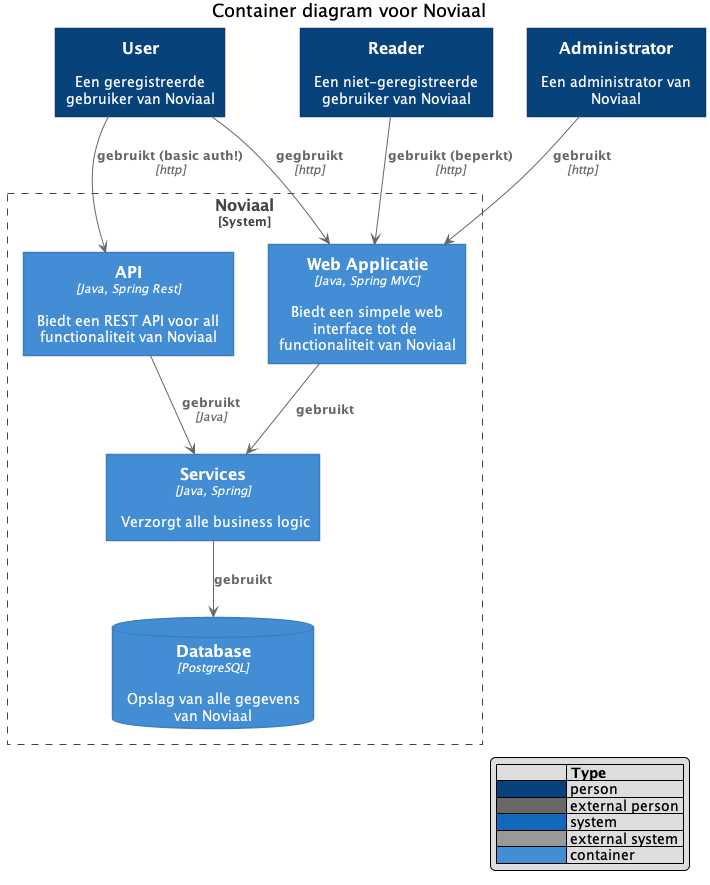
Above: documentatie/FO/c4-container-diagram.png in jvorhauer/noviaal (PlantUML), before the change.
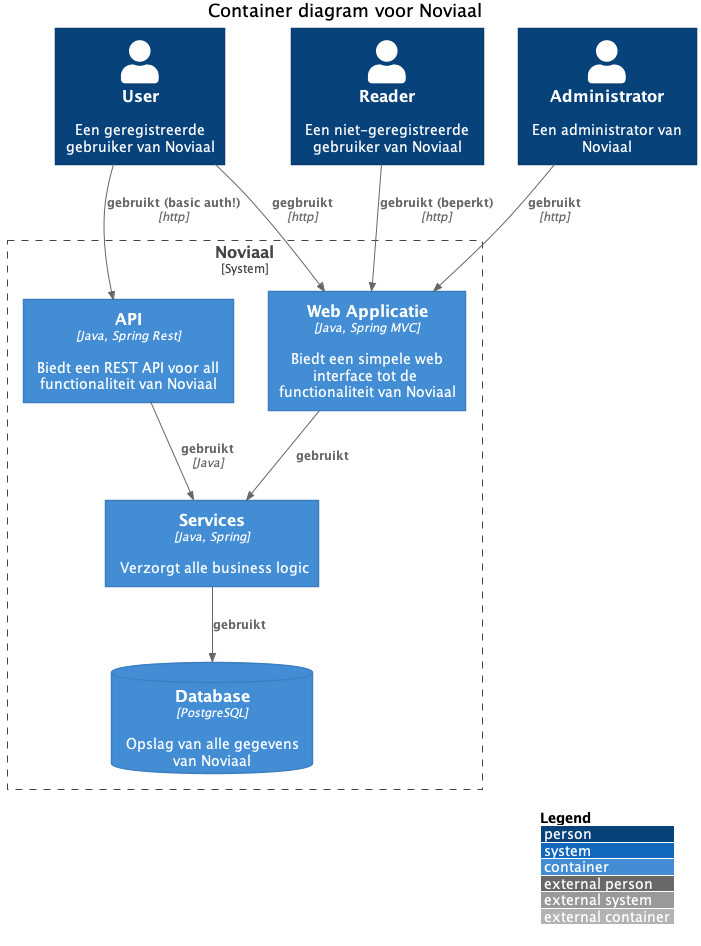
After the commit.

Change to the diagram source:
```diff
@@ -2,7 +2,6 @@
 
 !includeurl https://raw.githubusercontent.com/RicardoNiepel/C4-PlantUML/master/C4_Container.puml
 
-LAYOUT_TOP_DOWN
 LAYOUT_WITH_LEGEND()
 
 title Container diagram voor Noviaal
```
